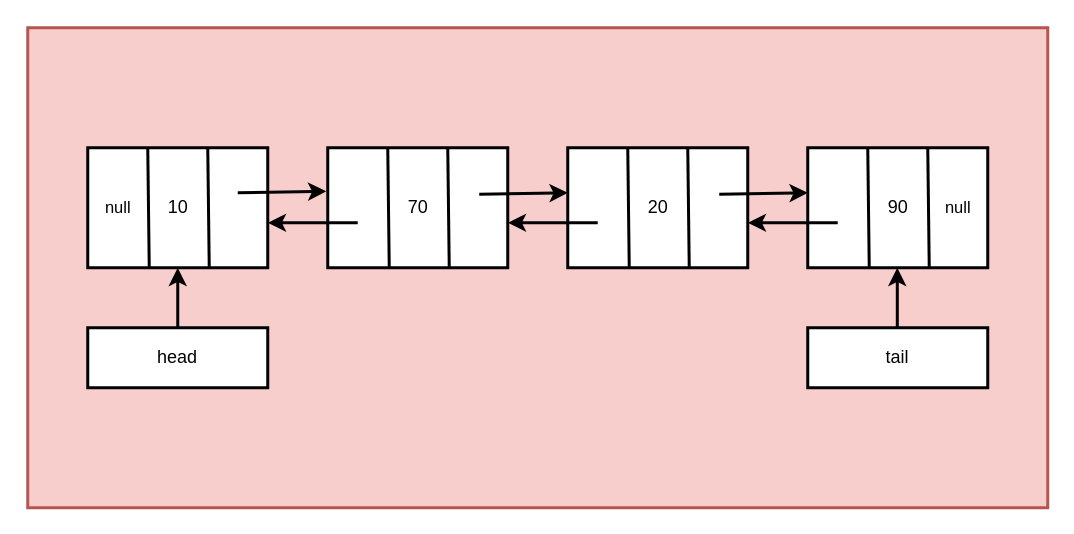
gaurav1780/drawdotio keeps this draw.io diagram as dll.drawio. Above is the earlier version. Source tidied: cells renumbered, new cells numbered last; positions are measured from the earlier drawing's top-left corner, leaving out a move shared by most shapes. Both pictures are drawn from the tidied source at 150%, with x=0, y=0 at pixel (27, 27).
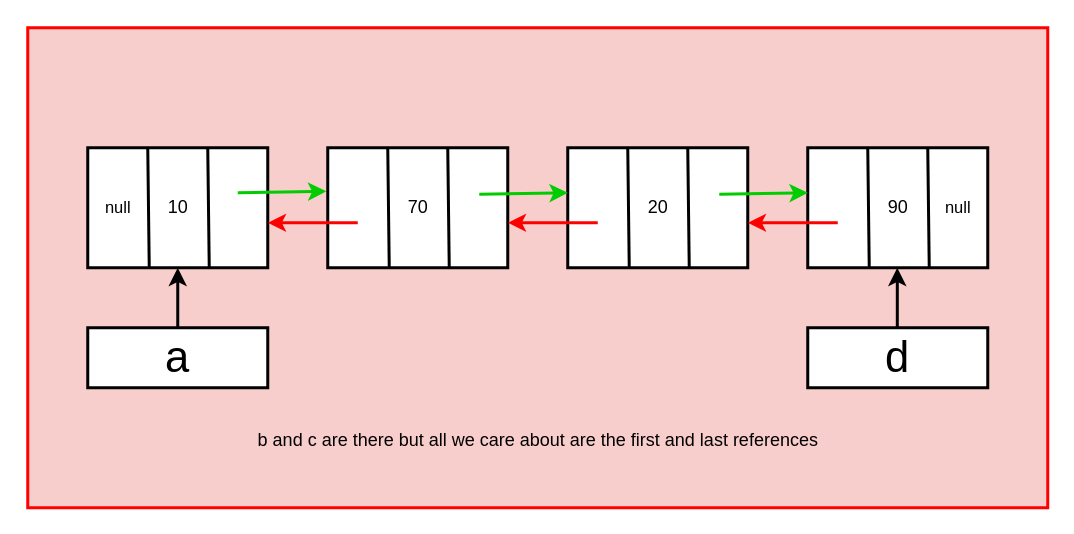
The same page after the edit.

The change refers to these unchanged cells:
```xml
<mxCell id="6" style="rounded=0;whiteSpace=wrap;html=1;strokeWidth=2;" parent="1" vertex="1">
  <mxGeometry x="200" y="80" width="120" height="80" as="geometry" />
</mxCell>
```

The edit, as a diff of the source:
```diff
@@
-    <mxCell id="2" style="rounded=0;whiteSpace=wrap;html=1;fillColor=#f8cecc;strokeColor=#b85450;strokeWidth=2;" parent="1" vertex="1">
+    <mxCell id="2" style="rounded=0;whiteSpace=wrap;html=1;fillColor=#f8cecc;strokeColor=#ff0000;strokeWidth=2;" parent="1" vertex="1">
       <mxGeometry width="680" height="320" as="geometry" />
     </mxCell>
@@
-    <mxCell id="15" style="endArrow=classic;html=1;rounded=0;entryX=-0.008;entryY=0.363;entryDx=0;entryDy=0;entryPerimeter=0;strokeWidth=2;" parent="1" edge="1" target="6">
+    <mxCell id="15" style="endArrow=classic;html=1;rounded=0;entryX=-0.008;entryY=0.363;entryDx=0;entryDy=0;entryPerimeter=0;strokeWidth=2;fontColor=#00CC00;strokeColor=#00CC00;" parent="1" edge="1" target="6">
       <mxGeometry relative="1" as="geometry">
         <mxPoint x="140" y="110" as="sourcePoint" />
       </mxGeometry>
     </mxCell>
-    <mxCell id="16" style="endArrow=classic;html=1;rounded=0;entryX=-0.008;entryY=0.363;entryDx=0;entryDy=0;entryPerimeter=0;strokeWidth=2;" parent="1" edge="1">
+    <mxCell id="16" style="endArrow=classic;html=1;rounded=0;entryX=-0.008;entryY=0.363;entryDx=0;entryDy=0;entryPerimeter=0;strokeWidth=2;fontColor=#00CC00;strokeColor=#00CC00;" parent="1" edge="1">
       <mxGeometry relative="1" as="geometry">
         <mxPoint x="301" y="111" as="sourcePoint" />
         <mxPoint x="360" y="110" as="targetPoint" />
       </mxGeometry>
     </mxCell>
-    <mxCell id="17" style="endArrow=classic;html=1;rounded=0;entryX=-0.008;entryY=0.363;entryDx=0;entryDy=0;entryPerimeter=0;strokeWidth=2;" parent="1" edge="1">
+    <mxCell id="17" style="endArrow=classic;html=1;rounded=0;entryX=-0.008;entryY=0.363;entryDx=0;entryDy=0;entryPerimeter=0;strokeWidth=2;fontColor=#00CC00;strokeColor=#00CC00;" parent="1" edge="1">
       <mxGeometry relative="1" as="geometry">
         <mxPoint x="461" y="111" as="sourcePoint" />
         <mxPoint x="520" y="110" as="targetPoint" />
       </mxGeometry>
     </mxCell>
-    <mxCell id="18" style="endArrow=classic;html=1;rounded=0;entryX=1;entryY=0.75;entryDx=0;entryDy=0;strokeWidth=2;" parent="1" edge="1">
+    <mxCell id="18" style="endArrow=classic;html=1;rounded=0;entryX=1;entryY=0.75;entryDx=0;entryDy=0;strokeWidth=2;strokeColor=#ff0000;" parent="1" edge="1">
       <mxGeometry relative="1" as="geometry">
         <mxPoint x="540" y="130" as="sourcePoint" />
         <mxPoint x="480" y="130" as="targetPoint" />
       </mxGeometry>
     </mxCell>
-    <mxCell id="19" style="endArrow=classic;html=1;rounded=0;entryX=1;entryY=0.75;entryDx=0;entryDy=0;strokeWidth=2;" parent="1" edge="1">
+    <mxCell id="19" style="endArrow=classic;html=1;rounded=0;entryX=1;entryY=0.75;entryDx=0;entryDy=0;strokeWidth=2;strokeColor=#ff0000;" parent="1" edge="1">
       <mxGeometry relative="1" as="geometry">
         <mxPoint x="380" y="130" as="sourcePoint" />
         <mxPoint x="320" y="130" as="targetPoint" />
       </mxGeometry>
     </mxCell>
-    <mxCell id="20" style="endArrow=classic;html=1;rounded=0;entryX=1;entryY=0.75;entryDx=0;entryDy=0;strokeWidth=2;" parent="1" edge="1">
+    <mxCell id="20" style="endArrow=classic;html=1;rounded=0;entryX=1;entryY=0.75;entryDx=0;entryDy=0;strokeWidth=2;strokeColor=#ff0000;" parent="1" edge="1">
       <mxGeometry relative="1" as="geometry">
         <mxPoint x="220" y="130" as="sourcePoint" />
         <mxPoint x="160" y="130" as="targetPoint" />
       </mxGeometry>
     </mxCell>
@@
-    <mxCell id="27" value="head" style="rounded=0;whiteSpace=wrap;html=1;strokeWidth=2;" parent="1" vertex="1">
+    <mxCell id="27" value="a" style="rounded=0;whiteSpace=wrap;html=1;strokeWidth=2;fontSize=29;" parent="1" vertex="1">
       <mxGeometry x="40" y="200" width="120" height="40" as="geometry" />
     </mxCell>
-    <mxCell id="28" value="tail" style="rounded=0;whiteSpace=wrap;html=1;strokeWidth=2;" parent="1" vertex="1">
+    <mxCell id="28" value="d" style="rounded=0;whiteSpace=wrap;html=1;strokeWidth=2;fontSize=29;" parent="1" vertex="1">
       <mxGeometry x="520" y="200" width="120" height="40" as="geometry" />
     </mxCell>
@@
+    <mxCell id="31" value="b and c are there but all we care about are the first and last references" style="text;html=1;align=center;verticalAlign=middle;strokeColor=none;fillColor=none;" parent="1" vertex="1">
+      <mxGeometry x="140" y="260" width="400" height="30" as="geometry" />
+    </mxCell>
```
